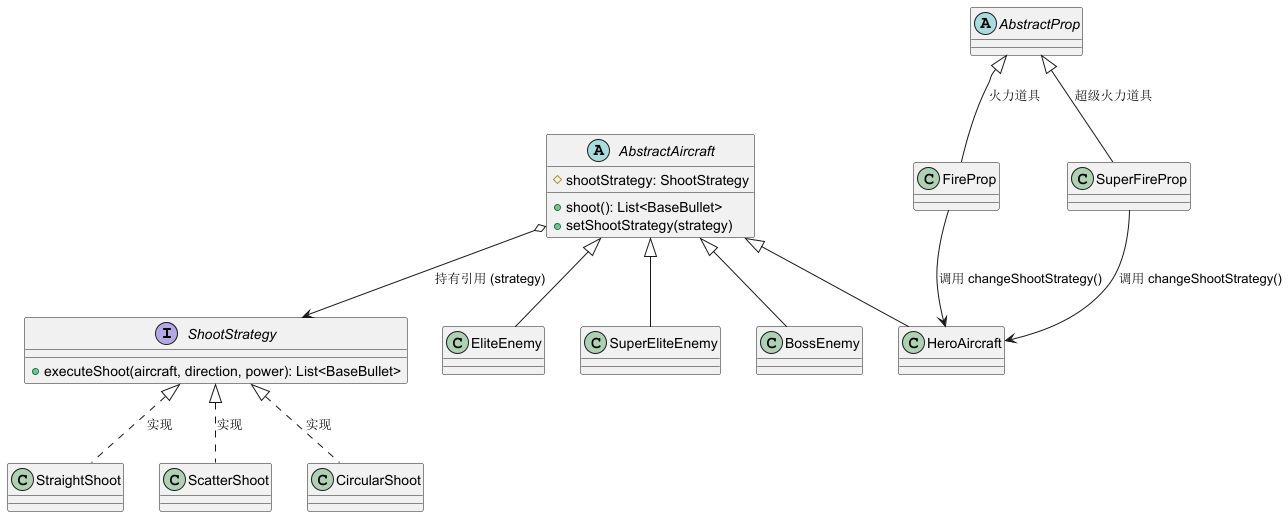
LucyDuan05/aircraft_game keeps this PlantUML diagram as uml/Strategy.png. Above is the earlier version. The source it was exported from:
```plantuml
@startuml

        interface ShootStrategy{
            + executeShoot(aircraft, direction, power): List<BaseBullet>
        }

        class StraightShoot
        class ScatterShoot
        class CircularShoot

        ShootStrategy <|.. StraightShoot : 实现
        ShootStrategy <|.. ScatterShoot : 实现
        ShootStrategy <|.. CircularShoot : 实现

        abstract class AbstractAircraft{
            # shootStrategy: ShootStrategy
            + shoot(): List<BaseBullet>
            + setShootStrategy(strategy)
        }

        class HeroAircraft
        class EliteEnemy
        class SuperEliteEnemy
        class BossEnemy

        AbstractAircraft <|-- HeroAircraft
        AbstractAircraft <|-- EliteEnemy
        AbstractAircraft <|-- SuperEliteEnemy
        AbstractAircraft <|-- BossEnemy

        AbstractAircraft o--> ShootStrategy : 持有引用 (strategy)

        abstract class AbstractProp{

        }
        class FireProp
        class SuperFireProp

        AbstractProp <|-- FireProp : 火力道具
        AbstractProp <|-- SuperFireProp : 超级火力道具

        FireProp --> HeroAircraft : 调用 changeShootStrategy()
        SuperFireProp --> HeroAircraft : 调用 changeShootStrategy()


@enduml
```
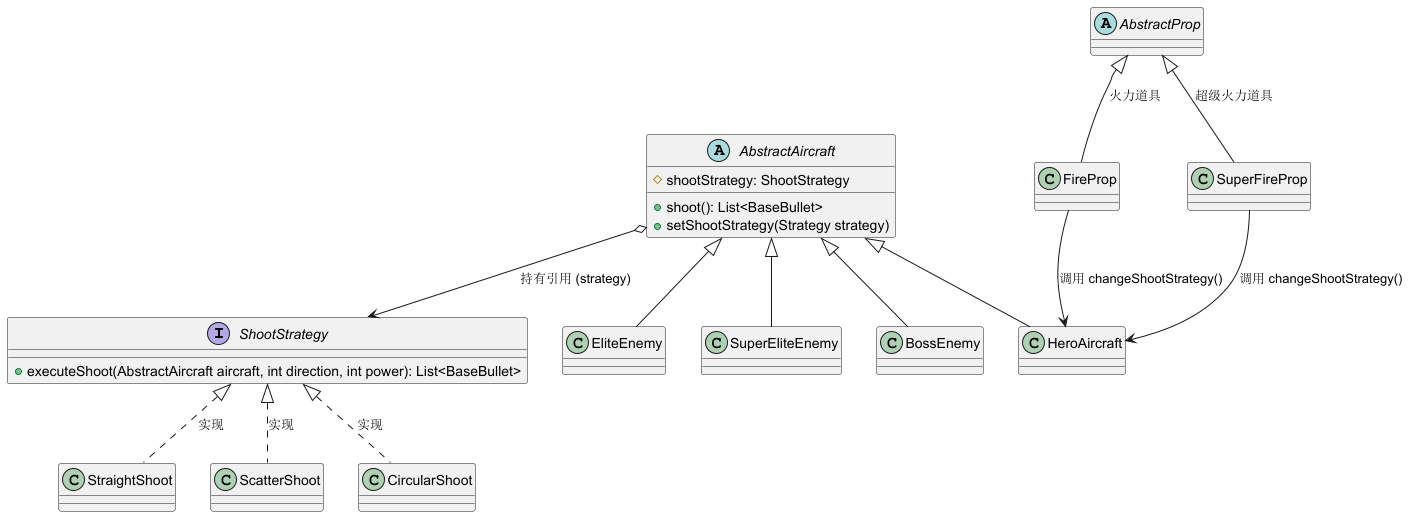
The same file after the commit.

Diff of the diagram source:
```diff
@@ -1,7 +1,7 @@
 @startuml
 
         interface ShootStrategy{
-            + executeShoot(aircraft, direction, power): List<BaseBullet>
+            + executeShoot(AbstractAircraft aircraft, int direction, int power): List<BaseBullet>
         }
 
         class StraightShoot
@@ -15,7 +15,7 @@
         abstract class AbstractAircraft{
             # shootStrategy: ShootStrategy
             + shoot(): List<BaseBullet>
-            + setShootStrategy(strategy)
+            + setShootStrategy(Strategy strategy)
         }
 
         class HeroAircraft
```
